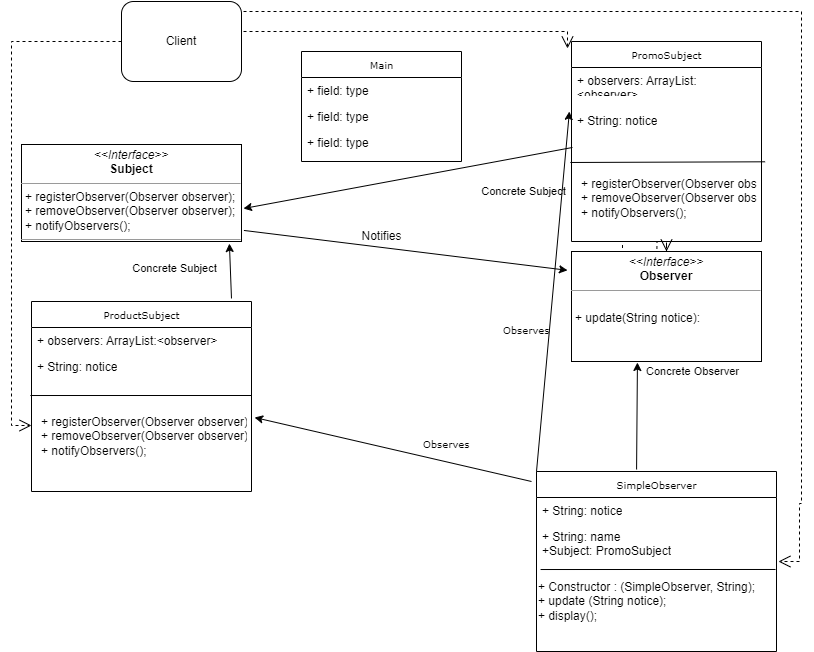
Above: Assign5Part1Class.drawio.png in jimmyjazz31/CS665Assign5 (draw.io), before the change. Source tidied: cells renumbered, new cells last; positions are measured from the earlier drawing's top-left corner, leaving out a move shared by most shapes.
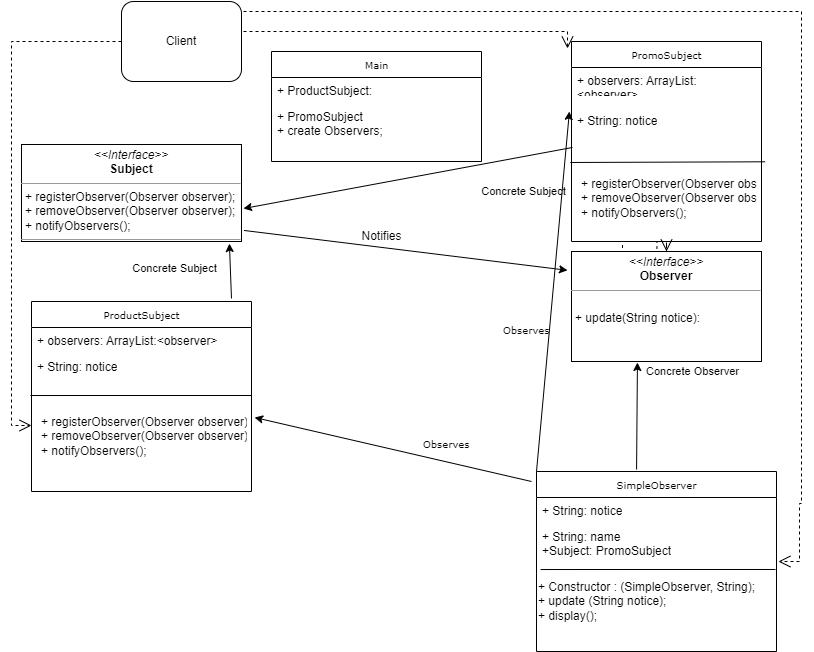
The same file after the commit.

Diff of the diagram source:
```diff
@@ -15,17 +15,14 @@
       <mxGeometry y="78" width="220" height="92" as="geometry" />
     </mxCell>
     <mxCell id="6" value="Main" style="swimlane;html=1;fontStyle=0;horizontal=1;startSize=26;fillColor=none;swimlaneFillColor=#ffffff;rounded=0;shadow=0;comic=0;labelBackgroundColor=none;strokeWidth=1;fontFamily=Verdana;fontSize=10;align=center;" parent="1" vertex="1">
-      <mxGeometry x="290" y="50" width="160" height="110" as="geometry" />
+      <mxGeometry x="260" y="50" width="210" height="110" as="geometry" />
     </mxCell>
-    <mxCell id="7" value="+ field: type" style="text;html=1;strokeColor=none;fillColor=none;align=left;verticalAlign=top;spacingLeft=4;spacingRight=4;whiteSpace=wrap;overflow=hidden;" parent="6" vertex="1">
-      <mxGeometry y="26" width="160" height="26" as="geometry" />
+    <mxCell id="7" value="+ ProductSubject:&amp;nbsp;" style="text;html=1;strokeColor=none;fillColor=none;align=left;verticalAlign=top;spacingLeft=4;spacingRight=4;whiteSpace=wrap;overflow=hidden;" parent="6" vertex="1">
+      <mxGeometry y="26" width="210" height="26" as="geometry" />
     </mxCell>
-    <mxCell id="8" value="+ field: type" style="text;html=1;strokeColor=none;fillColor=none;align=left;verticalAlign=top;spacingLeft=4;spacingRight=4;whiteSpace=wrap;overflow=hidden;" parent="6" vertex="1">
-      <mxGeometry y="52" width="160" height="26" as="geometry" />
+    <mxCell id="8" value="+ PromoSubject&lt;div&gt;+ create Observers;&amp;nbsp;&lt;/div&gt;" style="text;html=1;strokeColor=none;fillColor=none;align=left;verticalAlign=top;spacingLeft=4;spacingRight=4;whiteSpace=wrap;overflow=hidden;" parent="6" vertex="1">
+      <mxGeometry y="52" width="210" height="48" as="geometry" />
     </mxCell>
-    <mxCell id="9" value="+ field: type" style="text;html=1;strokeColor=none;fillColor=none;align=left;verticalAlign=top;spacingLeft=4;spacingRight=4;whiteSpace=wrap;overflow=hidden;" parent="6" vertex="1">
-      <mxGeometry y="78" width="160" height="26" as="geometry" />
-    </mxCell>
     <mxCell id="10" value="PromoSubject" style="swimlane;html=1;fontStyle=0;horizontal=1;startSize=26;fillColor=none;swimlaneFillColor=#ffffff;rounded=0;shadow=0;comic=0;labelBackgroundColor=none;strokeWidth=1;fontFamily=Verdana;fontSize=10;align=center;" parent="1" vertex="1">
       <mxGeometry x="560" y="40" width="190" height="200" as="geometry" />
     </mxCell>
```
